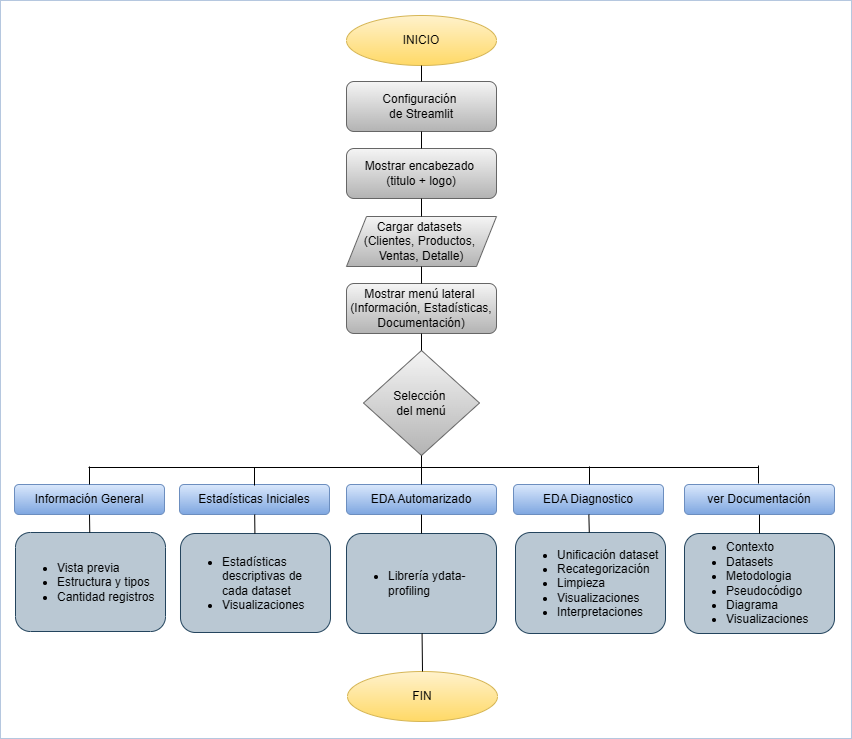
The draw.io diagram assets/flujograma_aurelion.png in Fica-Millan/guayerd_Sprint03_Tienda-Aurelion, before a commit. Source tidied: cells renumbered, new cells last; positions are measured from the earlier drawing's top-left corner, leaving out a move shared by most shapes.
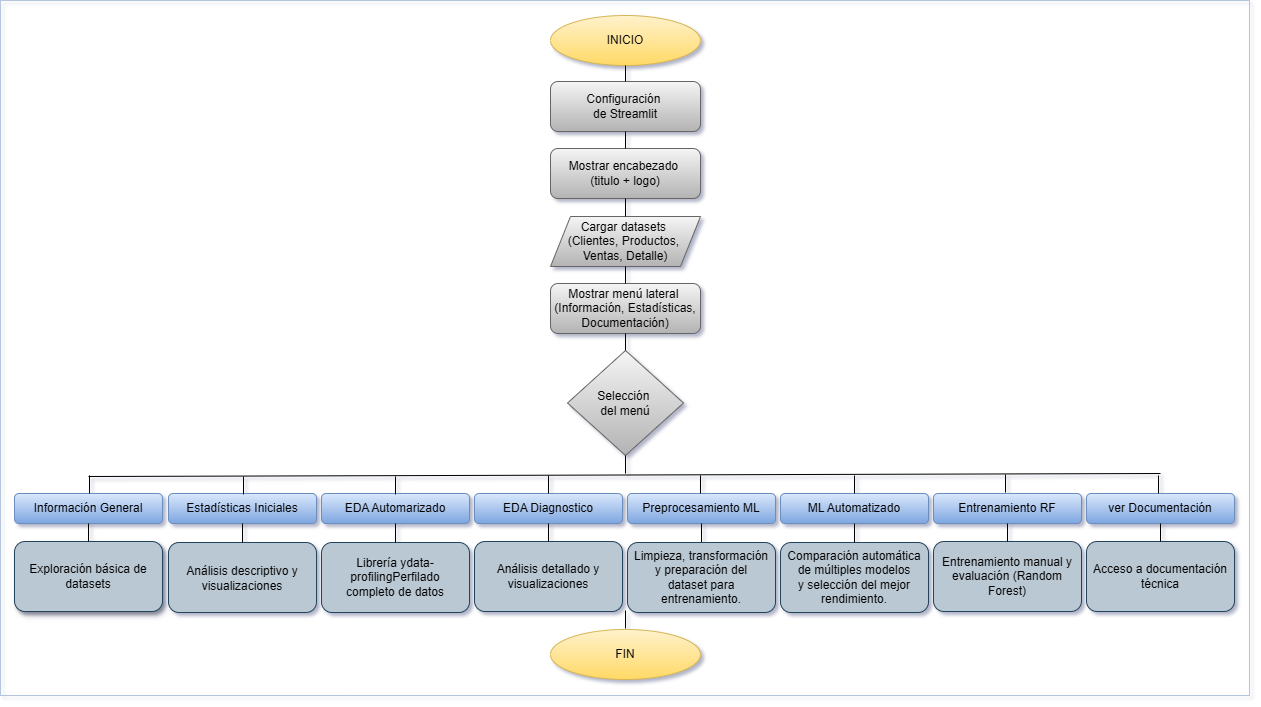
The same diagram one commit later.

Commit message:
Actualizacion README y documentación

The edit, as a diff of the source:
```diff
@@ -3,7 +3,7 @@
     <mxCell id="0" />
     <mxCell id="1" parent="0" />
     <mxCell id="2" style="rounded=0;whiteSpace=wrap;html=1;fillColor=none;dashed=1;dashPattern=1 1;gradientColor=#7ea6e0;strokeColor=#6c8ebf;" parent="1" vertex="1">
-      <mxGeometry width="851" height="738" as="geometry" />
+      <mxGeometry x="-204" width="1249" height="695" as="geometry" />
     </mxCell>
     <mxCell id="3" value="Configuración&amp;nbsp;&lt;div&gt;de Streamlit&lt;/div&gt;" style="rounded=1;whiteSpace=wrap;html=1;fontSize=12;glass=0;strokeWidth=1;shadow=0;fillColor=#f5f5f5;strokeColor=#666666;gradientColor=#b3b3b3;" parent="1" vertex="1">
       <mxGeometry x="346" y="81" width="150" height="50" as="geometry" />
@@ -15,28 +15,28 @@
       <mxGeometry x="346" y="283" width="150" height="50" as="geometry" />
     </mxCell>
     <mxCell id="6" value="&lt;div&gt;Información General&lt;/div&gt;" style="rounded=1;whiteSpace=wrap;html=1;fontSize=12;glass=0;strokeWidth=1;shadow=0;fillColor=#dae8fc;strokeColor=#6c8ebf;gradientColor=#7ea6e0;" parent="1" vertex="1">
-      <mxGeometry x="14" y="484" width="150" height="30" as="geometry" />
+      <mxGeometry x="-190" y="493" width="148" height="30" as="geometry" />
     </mxCell>
     <mxCell id="7" value="&lt;div&gt;Estadísticas Iniciales&lt;/div&gt;" style="rounded=1;whiteSpace=wrap;html=1;fontSize=12;glass=0;strokeWidth=1;shadow=0;fillColor=#dae8fc;strokeColor=#6c8ebf;gradientColor=#7ea6e0;" parent="1" vertex="1">
-      <mxGeometry x="179" y="484" width="150" height="30" as="geometry" />
+      <mxGeometry x="-36" y="493" width="148" height="30" as="geometry" />
     </mxCell>
-    <mxCell id="8" value="&lt;div style=&quot;&quot;&gt;&lt;ul&gt;&lt;li&gt;&lt;span style=&quot;background-color: initial; color: light-dark(rgb(0, 0, 0), rgb(255, 255, 255));&quot;&gt;Estadísticas descriptivas de cada dataset&lt;/span&gt;&lt;/li&gt;&lt;li&gt;&lt;span style=&quot;background-color: initial; color: light-dark(rgb(0, 0, 0), rgb(255, 255, 255));&quot;&gt;Visualizaciones&lt;/span&gt;&lt;/li&gt;&lt;/ul&gt;&lt;/div&gt;" style="rounded=1;whiteSpace=wrap;html=1;fontSize=12;glass=0;strokeWidth=1;shadow=0;align=left;fillColor=#bac8d3;strokeColor=#23445d;" parent="1" vertex="1">
-      <mxGeometry x="180" y="533" width="150" height="99" as="geometry" />
+    <mxCell id="8" value="Análisis descriptivo y visualizaciones" style="rounded=1;whiteSpace=wrap;fontSize=12;glass=0;strokeWidth=1;shadow=0;align=center;fillColor=#bac8d3;strokeColor=#23445d;spacing=0;spacingTop=1;spacingLeft=0;spacingRight=0;spacingBottom=0;" parent="1" vertex="1">
+      <mxGeometry x="-36" y="542" width="148" height="70" as="geometry" />
     </mxCell>
-    <mxCell id="9" value="&lt;ul&gt;&lt;li&gt;&lt;span style=&quot;background-color: initial; color: light-dark(rgb(0, 0, 0), rgb(255, 255, 255));&quot;&gt;Vista previa&lt;/span&gt;&lt;/li&gt;&lt;li&gt;&lt;span style=&quot;background-color: transparent; color: light-dark(rgb(0, 0, 0), rgb(255, 255, 255));&quot;&gt;Estructura y tipos&lt;/span&gt;&lt;/li&gt;&lt;li&gt;&lt;span style=&quot;background-color: transparent; color: light-dark(rgb(0, 0, 0), rgb(255, 255, 255));&quot;&gt;Cantidad registros&lt;/span&gt;&lt;/li&gt;&lt;/ul&gt;" style="rounded=1;whiteSpace=wrap;html=1;fontSize=12;glass=0;strokeWidth=1;shadow=0;align=left;fillColor=#bac8d3;strokeColor=#23445d;" parent="1" vertex="1">
-      <mxGeometry x="15" y="532" width="150" height="99" as="geometry" />
+    <mxCell id="9" value="Exploración básica de datasets" style="rounded=1;whiteSpace=wrap;fontSize=12;glass=0;strokeWidth=1;shadow=1;align=center;fillColor=#bac8d3;strokeColor=#23445d;spacing=0;spacingLeft=0;spacingRight=0;spacingBottom=0;" parent="1" vertex="1">
+      <mxGeometry x="-190" y="541" width="148" height="70" as="geometry" />
     </mxCell>
     <mxCell id="10" value="EDA Automarizado" style="rounded=1;whiteSpace=wrap;html=1;fontSize=12;glass=0;strokeWidth=1;shadow=0;fillColor=#dae8fc;strokeColor=#6c8ebf;gradientColor=#7ea6e0;" parent="1" vertex="1">
-      <mxGeometry x="346" y="484" width="150" height="30" as="geometry" />
+      <mxGeometry x="117" y="493" width="148" height="30" as="geometry" />
     </mxCell>
-    <mxCell id="11" value="&lt;div style=&quot;text-align: center;&quot;&gt;&lt;div style=&quot;text-align: left;&quot;&gt;&lt;ul&gt;&lt;li&gt;&lt;span style=&quot;background-color: initial; text-align: left; color: light-dark(rgb(0, 0, 0), rgb(255, 255, 255));&quot;&gt;Librería ydata-profiling&lt;/span&gt;&lt;/li&gt;&lt;/ul&gt;&lt;/div&gt;&lt;/div&gt;" style="rounded=1;whiteSpace=wrap;html=1;fontSize=12;glass=0;strokeWidth=1;shadow=0;align=left;fillColor=#bac8d3;strokeColor=#23445d;" parent="1" vertex="1">
-      <mxGeometry x="346" y="533" width="150" height="100" as="geometry" />
+    <mxCell id="11" value="Librería ydata-profilingPerfilado completo de datos" style="rounded=1;whiteSpace=wrap;fontSize=12;glass=0;strokeWidth=1;shadow=0;align=center;fillColor=#bac8d3;strokeColor=#23445d;spacing=0;spacingLeft=5;spacingRight=5;" parent="1" vertex="1">
+      <mxGeometry x="117" y="542" width="148" height="70" as="geometry" />
     </mxCell>
     <mxCell id="12" value="INICIO" style="ellipse;whiteSpace=wrap;html=1;fillColor=#fff2cc;gradientColor=#ffd966;strokeColor=#d6b656;" parent="1" vertex="1">
       <mxGeometry x="346" y="15" width="150" height="50" as="geometry" />
     </mxCell>
     <mxCell id="13" value="FIN" style="ellipse;whiteSpace=wrap;html=1;fillColor=#fff2cc;gradientColor=#ffd966;strokeColor=#d6b656;" parent="1" vertex="1">
-      <mxGeometry x="347" y="671" width="150" height="50" as="geometry" />
+      <mxGeometry x="346" y="629" width="150" height="50" as="geometry" />
     </mxCell>
     <mxCell id="14" value="Cargar datasets&amp;nbsp;&lt;div&gt;(&lt;span style=&quot;background-color: initial;&quot;&gt;Clientes, Productos,&amp;nbsp;&lt;/span&gt;&lt;/div&gt;&lt;div&gt;&lt;span style=&quot;background-color: initial;&quot;&gt;Ventas, Detalle)&lt;/span&gt;&lt;/div&gt;" style="shape=parallelogram;perimeter=parallelogramPerimeter;whiteSpace=wrap;html=1;fixedSize=1;fillColor=#f5f5f5;gradientColor=#b3b3b3;strokeColor=#666666;" parent="1" vertex="1">
       <mxGeometry x="346" y="216" width="150" height="50" as="geometry" />
@@ -59,68 +59,127 @@
     <mxCell id="20" style="endArrow=none;html=1;rounded=0;entryX=0.5;entryY=1;entryDx=0;entryDy=0;exitX=0.5;exitY=0;exitDx=0;exitDy=0;" parent="1" edge="1" source="3" target="12">
       <mxGeometry relative="1" as="geometry" />
     </mxCell>
-    <mxCell id="21" style="endArrow=none;html=1;rounded=0;entryX=0.5;entryY=1;entryDx=0;entryDy=0;" parent="1" edge="1" source="9" target="6">
+    <mxCell id="21" style="endArrow=none;html=1;rounded=0;entryX=0.5;entryY=1;entryDx=0;entryDy=0;exitX=0.5;exitY=0;exitDx=0;exitDy=0;" parent="1" edge="1" source="9" target="6">
       <mxGeometry relative="1" as="geometry" />
     </mxCell>
-    <mxCell id="22" style="endArrow=none;html=1;rounded=0;entryX=0.5;entryY=1;entryDx=0;entryDy=0;" parent="1" edge="1" source="11" target="10">
+    <mxCell id="22" style="endArrow=none;html=1;rounded=0;entryX=0.5;entryY=1;entryDx=0;entryDy=0;exitX=0.5;exitY=0;exitDx=0;exitDy=0;" parent="1" edge="1" source="11" target="10">
       <mxGeometry relative="1" as="geometry" />
     </mxCell>
-    <mxCell id="23" style="endArrow=none;html=1;rounded=0;exitX=0.5;exitY=0;exitDx=0;exitDy=0;" parent="1" edge="1" source="13" target="11">
-      <mxGeometry relative="1" as="geometry" />
-    </mxCell>
-    <mxCell id="24" value="&lt;div style=&quot;text-align: center;&quot;&gt;&lt;div style=&quot;text-align: left;&quot;&gt;&lt;ul&gt;&lt;li&gt;&lt;span style=&quot;background-color: initial; text-align: left; color: light-dark(rgb(0, 0, 0), rgb(255, 255, 255));&quot;&gt;Contexto&amp;nbsp;&lt;/span&gt;&lt;/li&gt;&lt;li&gt;Datasets&amp;nbsp;&lt;/li&gt;&lt;li&gt;&lt;span style=&quot;background-color: initial;&quot;&gt;Metodologia&amp;nbsp;&lt;/span&gt;&lt;/li&gt;&lt;li&gt;&lt;span style=&quot;background-color: initial;&quot;&gt;Pseudocódigo&lt;/span&gt;&lt;/li&gt;&lt;li&gt;Diagrama&lt;/li&gt;&lt;li&gt;Visualizaciones&lt;/li&gt;&lt;/ul&gt;&lt;/div&gt;&lt;/div&gt;" style="rounded=1;whiteSpace=wrap;html=1;fontSize=12;glass=0;strokeWidth=1;shadow=0;align=left;fillColor=#bac8d3;strokeColor=#23445d;" parent="1" vertex="1">
-      <mxGeometry x="684" y="533" width="150" height="100" as="geometry" />
+    <mxCell id="24" value="Acceso a documentación técnica" style="rounded=1;whiteSpace=wrap;fontSize=12;glass=0;strokeWidth=1;shadow=0;align=center;fillColor=#bac8d3;strokeColor=#23445d;spacing=0;spacingLeft=0;spacingRight=0;" parent="1" vertex="1">
+      <mxGeometry x="882" y="541" width="148" height="70" as="geometry" />
     </mxCell>
     <mxCell id="25" value="ver Documentación" style="rounded=1;whiteSpace=wrap;html=1;fontSize=12;glass=0;strokeWidth=1;shadow=0;fillColor=#dae8fc;strokeColor=#6c8ebf;gradientColor=#7ea6e0;" parent="1" vertex="1">
-      <mxGeometry x="684" y="484" width="150" height="30" as="geometry" />
+      <mxGeometry x="882" y="493" width="148" height="30" as="geometry" />
     </mxCell>
-    <mxCell id="26" value="&lt;div style=&quot;text-align: center;&quot;&gt;&lt;div style=&quot;text-align: left;&quot;&gt;&lt;ul&gt;&lt;li&gt;&lt;span style=&quot;background-color: initial; text-align: left; color: light-dark(rgb(0, 0, 0), rgb(255, 255, 255));&quot;&gt;Unificación dataset&lt;/span&gt;&lt;/li&gt;&lt;li&gt;&lt;span style=&quot;background-color: initial; text-align: left; color: light-dark(rgb(0, 0, 0), rgb(255, 255, 255));&quot;&gt;Recategorización&lt;/span&gt;&lt;/li&gt;&lt;li&gt;&lt;span style=&quot;background-color: initial; text-align: left; color: light-dark(rgb(0, 0, 0), rgb(255, 255, 255));&quot;&gt;Limpieza&lt;/span&gt;&lt;/li&gt;&lt;li&gt;&lt;span style=&quot;background-color: initial; text-align: left; color: light-dark(rgb(0, 0, 0), rgb(255, 255, 255));&quot;&gt;Visualizaciones&lt;/span&gt;&lt;/li&gt;&lt;li&gt;Interpretaciones&lt;/li&gt;&lt;/ul&gt;&lt;/div&gt;&lt;/div&gt;" style="rounded=1;whiteSpace=wrap;html=1;fontSize=12;glass=0;strokeWidth=1;shadow=0;align=left;fillColor=#bac8d3;strokeColor=#23445d;" parent="1" vertex="1">
-      <mxGeometry x="515" y="532" width="150" height="101" as="geometry" />
+    <mxCell id="26" value="Análisis detallado y visualizaciones" style="rounded=1;whiteSpace=wrap;fontSize=12;glass=0;strokeWidth=1;shadow=0;align=center;fillColor=#bac8d3;strokeColor=#23445d;spacing=0;spacingLeft=5;spacingRight=5;" parent="1" vertex="1">
+      <mxGeometry x="270" y="541" width="148" height="70" as="geometry" />
     </mxCell>
     <mxCell id="27" value="EDA Diagnostico" style="rounded=1;whiteSpace=wrap;html=1;fontSize=12;glass=0;strokeWidth=1;shadow=0;fillColor=#dae8fc;strokeColor=#6c8ebf;gradientColor=#7ea6e0;" parent="1" vertex="1">
-      <mxGeometry x="513" y="484" width="150" height="30" as="geometry" />
+      <mxGeometry x="270" y="493" width="148" height="30" as="geometry" />
     </mxCell>
-    <mxCell id="28" style="endArrow=none;html=1;rounded=0;entryX=0.5;entryY=1;entryDx=0;entryDy=0;exitX=0.5;exitY=0;exitDx=0;exitDy=0;" parent="1" edge="1" source="10" target="15">
-      <mxGeometry relative="1" as="geometry" />
-    </mxCell>
     <mxCell id="29" style="endArrow=none;html=1;rounded=0;" parent="1" edge="1">
       <mxGeometry relative="1" as="geometry">
-        <mxPoint x="88" y="467" as="sourcePoint" />
-        <mxPoint x="758" y="467" as="targetPoint" />
+        <mxPoint x="-116" y="476" as="sourcePoint" />
+        <mxPoint x="956" y="473" as="targetPoint" />
       </mxGeometry>
     </mxCell>
     <mxCell id="30" style="endArrow=none;html=1;rounded=0;entryX=0.5;entryY=1;entryDx=0;entryDy=0;" parent="1" edge="1">
       <mxGeometry relative="1" as="geometry">
-        <mxPoint x="89" y="484" as="sourcePoint" />
-        <mxPoint x="89" y="466" as="targetPoint" />
+        <mxPoint x="-115" y="493" as="sourcePoint" />
+        <mxPoint x="-115" y="475" as="targetPoint" />
       </mxGeometry>
     </mxCell>
     <mxCell id="31" style="endArrow=none;html=1;rounded=0;entryX=0.5;entryY=1;entryDx=0;entryDy=0;" parent="1" edge="1">
       <mxGeometry relative="1" as="geometry">
-        <mxPoint x="254" y="485" as="sourcePoint" />
-        <mxPoint x="254" y="467" as="targetPoint" />
+        <mxPoint x="39" y="494" as="sourcePoint" />
+        <mxPoint x="39" y="476" as="targetPoint" />
       </mxGeometry>
     </mxCell>
-    <mxCell id="32" style="endArrow=none;html=1;rounded=0;" parent="1" edge="1" source="8" target="7">
+    <mxCell id="32" style="endArrow=none;html=1;rounded=0;exitX=0.5;exitY=0;exitDx=0;exitDy=0;entryX=0.5;entryY=1;entryDx=0;entryDy=0;" parent="1" edge="1" source="8" target="7">
       <mxGeometry relative="1" as="geometry" />
     </mxCell>
     <mxCell id="33" style="endArrow=none;html=1;rounded=0;entryX=0.5;entryY=1;entryDx=0;entryDy=0;" parent="1" edge="1">
       <mxGeometry relative="1" as="geometry">
-        <mxPoint x="589" y="484" as="sourcePoint" />
-        <mxPoint x="589" y="466" as="targetPoint" />
+        <mxPoint x="344" y="493" as="sourcePoint" />
+        <mxPoint x="344" y="475" as="targetPoint" />
       </mxGeometry>
     </mxCell>
-    <mxCell id="34" style="endArrow=none;html=1;rounded=0;" parent="1" edge="1" source="26" target="27">
+    <mxCell id="34" style="endArrow=none;html=1;rounded=0;entryX=0.5;entryY=1;entryDx=0;entryDy=0;exitX=0.5;exitY=0;exitDx=0;exitDy=0;" parent="1" edge="1" source="26" target="27">
       <mxGeometry relative="1" as="geometry" />
     </mxCell>
-    <mxCell id="35" style="endArrow=none;html=1;rounded=0;" parent="1" edge="1" source="24" target="25">
+    <mxCell id="35" style="endArrow=none;html=1;rounded=0;entryX=0.5;entryY=1;entryDx=0;entryDy=0;exitX=0.5;exitY=0;exitDx=0;exitDy=0;" parent="1" edge="1" source="24" target="25">
       <mxGeometry relative="1" as="geometry" />
     </mxCell>
-    <mxCell id="36" style="endArrow=none;html=1;rounded=0;entryX=0.5;entryY=1;entryDx=0;entryDy=0;" parent="1" edge="1">
-      <mxGeometry relative="1" as="geometry">
-        <mxPoint x="758" y="483" as="sourcePoint" />
-        <mxPoint x="758" y="465" as="targetPoint" />
-      </mxGeometry>
-    </mxCell>
+    <mxCell id="37" value="&lt;div&gt;Preprocesamiento ML&lt;/div&gt;" style="rounded=1;whiteSpace=wrap;html=1;fontSize=12;glass=0;strokeWidth=1;shadow=0;fillColor=#dae8fc;strokeColor=#6c8ebf;gradientColor=#7ea6e0;" parent="1" vertex="1">
+      <mxGeometry x="423" y="493" width="148" height="30" as="geometry" />
+    </mxCell>
+    <mxCell id="38" value="ML Automatizado" style="rounded=1;whiteSpace=wrap;html=1;fontSize=12;glass=0;strokeWidth=1;shadow=0;fillColor=#dae8fc;strokeColor=#6c8ebf;gradientColor=#7ea6e0;" parent="1" vertex="1">
+      <mxGeometry x="576" y="493" width="148" height="30" as="geometry" />
+    </mxCell>
+    <mxCell id="39" value="Comparación automática de múltiples modelos&#10;y selección del mejor rendimiento." style="rounded=1;whiteSpace=wrap;fontSize=12;glass=0;strokeWidth=1;shadow=0;align=center;fillColor=#bac8d3;strokeColor=#23445d;spacing=0;spacingLeft=0;spacingRight=0;" parent="1" vertex="1">
+      <mxGeometry x="576" y="542" width="148" height="70" as="geometry" />
+    </mxCell>
+    <mxCell id="40" style="endArrow=none;html=1;rounded=0;entryX=0.5;entryY=1;entryDx=0;entryDy=0;exitX=0.5;exitY=0;exitDx=0;exitDy=0;" parent="1" edge="1" source="39" target="38">
+      <mxGeometry relative="1" as="geometry" />
+    </mxCell>
+    <mxCell id="41" value="Entrenamiento manual y evaluación (Random&#10;Forest)" style="rounded=1;whiteSpace=wrap;fontSize=12;glass=0;strokeWidth=1;shadow=0;align=center;fillColor=#bac8d3;strokeColor=#23445d;spacing=0;spacingLeft=0;spacingRight=0;spacingBottom=1;" parent="1" vertex="1">
+      <mxGeometry x="729" y="541" width="148" height="70" as="geometry" />
+    </mxCell>
+    <mxCell id="42" value="Entrenamiento RF" style="rounded=1;whiteSpace=wrap;html=1;fontSize=12;glass=0;strokeWidth=1;shadow=0;fillColor=#dae8fc;strokeColor=#6c8ebf;gradientColor=#7ea6e0;" parent="1" vertex="1">
+      <mxGeometry x="729" y="493" width="148" height="30" as="geometry" />
+    </mxCell>
+    <mxCell id="43" style="endArrow=none;html=1;rounded=0;entryX=0.5;entryY=1;entryDx=0;entryDy=0;exitX=0.5;exitY=0;exitDx=0;exitDy=0;" parent="1" edge="1" target="37">
+      <mxGeometry relative="1" as="geometry">
+        <mxPoint x="497" y="542" as="sourcePoint" />
+      </mxGeometry>
+    </mxCell>
+    <mxCell id="44" style="endArrow=none;html=1;rounded=0;entryX=0.5;entryY=1;entryDx=0;entryDy=0;exitX=0.5;exitY=0;exitDx=0;exitDy=0;" parent="1" edge="1" source="41" target="42">
+      <mxGeometry relative="1" as="geometry" />
+    </mxCell>
+    <mxCell id="45" style="endArrow=none;html=1;rounded=0;entryX=0.5;entryY=1;entryDx=0;entryDy=0;" parent="1" edge="1">
+      <mxGeometry relative="1" as="geometry">
+        <mxPoint x="191" y="494" as="sourcePoint" />
+        <mxPoint x="191" y="476" as="targetPoint" />
+      </mxGeometry>
+    </mxCell>
+    <mxCell id="46" style="endArrow=none;html=1;rounded=0;entryX=0.5;entryY=1;entryDx=0;entryDy=0;" parent="1" edge="1">
+      <mxGeometry relative="1" as="geometry">
+        <mxPoint x="496" y="493" as="sourcePoint" />
+        <mxPoint x="496" y="475" as="targetPoint" />
+      </mxGeometry>
+    </mxCell>
+    <mxCell id="47" style="endArrow=none;html=1;rounded=0;entryX=0.5;entryY=1;entryDx=0;entryDy=0;" parent="1" edge="1">
+      <mxGeometry relative="1" as="geometry">
+        <mxPoint x="421" y="473" as="sourcePoint" />
+        <mxPoint x="421" y="455" as="targetPoint" />
+      </mxGeometry>
+    </mxCell>
+    <mxCell id="48" value="Limpieza, transformación y preparación del&#10;dataset para entrenamiento." style="rounded=1;whiteSpace=wrap;fontSize=12;glass=0;strokeWidth=1;shadow=0;align=center;fillColor=#bac8d3;strokeColor=#23445d;spacing=0;spacingLeft=6;spacingRight=6;spacingTop=0;" parent="1" vertex="1">
+      <mxGeometry x="423" y="542" width="148" height="70" as="geometry" />
+    </mxCell>
+    <mxCell id="49" style="endArrow=none;html=1;rounded=0;entryX=0.5;entryY=1;entryDx=0;entryDy=0;" parent="1" edge="1">
+      <mxGeometry relative="1" as="geometry">
+        <mxPoint x="421" y="628" as="sourcePoint" />
+        <mxPoint x="421" y="610" as="targetPoint" />
+      </mxGeometry>
+    </mxCell>
+    <mxCell id="50" style="endArrow=none;html=1;rounded=0;entryX=0.5;entryY=1;entryDx=0;entryDy=0;" parent="1" edge="1">
+      <mxGeometry relative="1" as="geometry">
+        <mxPoint x="650" y="493" as="sourcePoint" />
+        <mxPoint x="650" y="475" as="targetPoint" />
+      </mxGeometry>
+    </mxCell>
+    <mxCell id="51" style="endArrow=none;html=1;rounded=0;entryX=0.5;entryY=1;entryDx=0;entryDy=0;" parent="1" edge="1">
+      <mxGeometry relative="1" as="geometry">
+        <mxPoint x="801" y="492" as="sourcePoint" />
+        <mxPoint x="801" y="474" as="targetPoint" />
+      </mxGeometry>
+    </mxCell>
+    <mxCell id="52" style="endArrow=none;html=1;rounded=0;entryX=0.5;entryY=1;entryDx=0;entryDy=0;" parent="1" edge="1">
+      <mxGeometry relative="1" as="geometry">
+        <mxPoint x="954" y="493" as="sourcePoint" />
+        <mxPoint x="954" y="475" as="targetPoint" />
+      </mxGeometry>
+    </mxCell>
   </root>
 </mxGraphModel>
```
